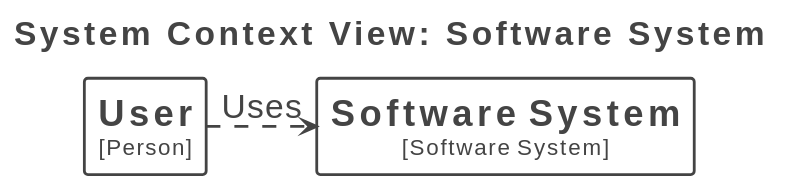
The PlantUML diagram corpus/svg/diagrams/kroki-structurizr.svg in grigoriev/weasysvg, before a commit.
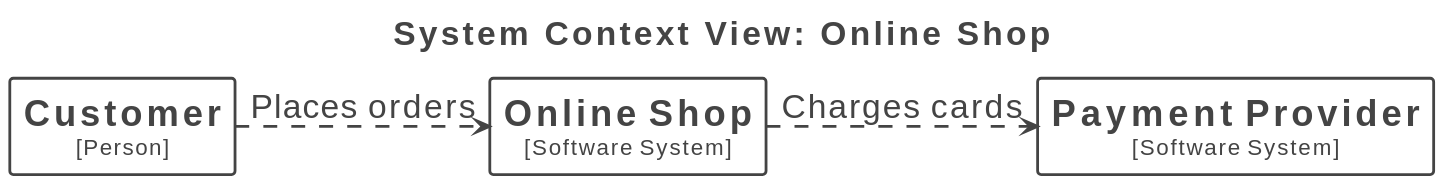
After the commit.

Diff of the diagram source:
```diff
@@ -1,5 +1,5 @@
 @startuml
-title <size:24>System Context View: Software System</size>
+title <size:24>System Context View: Online Shop</size>
 
 set separator none
 left to right direction
@@ -35,8 +35,10 @@
   }
 </style>
 
-rectangle "==User\n<size:16>[Person]</size>" <<Element-RWxlbWVudA==>> as User
-rectangle "==Software System\n<size:16>[Software System]</size>" <<Element-RWxlbWVudA==>> as SoftwareSystem
+rectangle "==Customer\n<size:16>[Person]</size>" <<Element-RWxlbWVudA==>> as Customer
+rectangle "==Online Shop\n<size:16>[Software System]</size>" <<Element-RWxlbWVudA==>> as OnlineShop
+rectangle "==Payment Provider\n<size:16>[Software System]</size>" <<Element-RWxlbWVudA==>> as PaymentProvider
 
-User --> SoftwareSystem <<Relationship-UmVsYXRpb25zaGlw>> : "Uses"
+Customer --> OnlineShop <<Relationship-UmVsYXRpb25zaGlw>> : "Places orders"
+OnlineShop --> PaymentProvider <<Relationship-UmVsYXRpb25zaGlw>> : "Charges cards"
 @enduml
```
